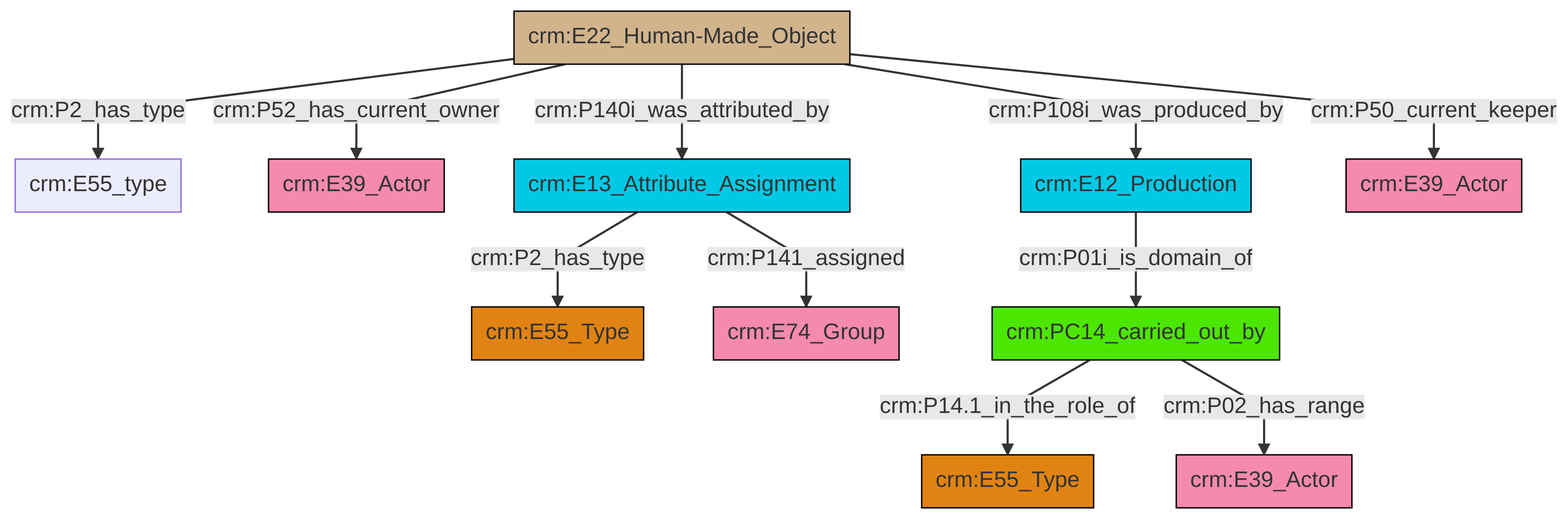
The Mermaid diagram et/artworkCSV/ttl/mmd/png/Artwork_Actor_Relations.png in swiss-art-research-net/reference-data-models, before a commit. Its source is kept beside it as et/artworkCSV/ttl/mmd/Artwork_Actor_Relations.ttl.mmd.
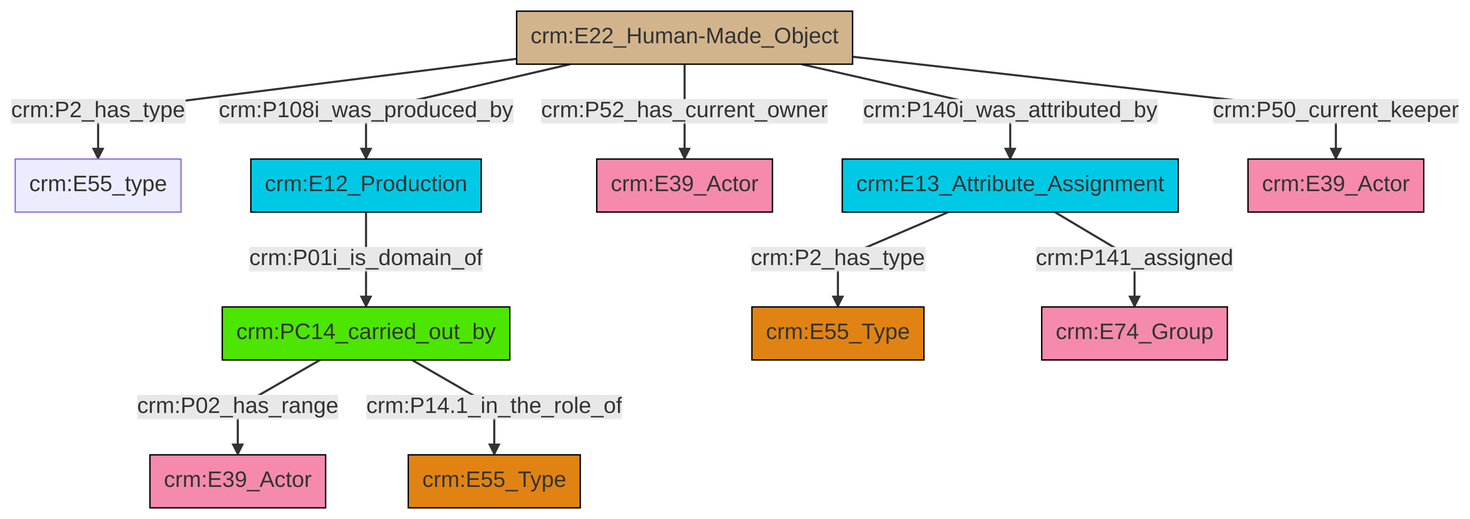
The same file after the commit.

Change to the diagram source:
```diff
@@ -13,13 +13,13 @@
 classDef PC_Classes fill:#4ce600, stroke:#000000;
 classDef Multi fill:#cccccc,stroke:#000000;
 
-4["crm:E13_Attribute_Assignment"]:::Temporal_Entity -->|crm:P2_has_type| 5["crm:E55_Type"]:::Type
-6["crm:E22_Human-Made_Object"]:::Physical_Thing -->|crm:P108i_was_produced_by| 7["crm:E12_Production"]:::Temporal_Entity
-4["crm:E13_Attribute_Assignment"]:::Temporal_Entity -->|crm:P141_assigned| 8["crm:E74_Group"]:::Actor
-9["crm:PC14_carried_out_by"]:::PC_Classes -->|crm:P14.1_in_the_role_of| 10["crm:E55_Type"]:::Type
-6["crm:E22_Human-Made_Object"]:::Physical_Thing -->|crm:P2_has_type| 0["crm:E55_type"]:::Default
-6["crm:E22_Human-Made_Object"]:::Physical_Thing -->|crm:P50_current_keeper| 13["crm:E39_Actor"]:::Actor
-9["crm:PC14_carried_out_by"]:::PC_Classes -->|crm:P02_has_range| 11["crm:E39_Actor"]:::Actor
-7["crm:E12_Production"]:::Temporal_Entity -->|crm:P01i_is_domain_of| 9["crm:PC14_carried_out_by"]:::PC_Classes
-6["crm:E22_Human-Made_Object"]:::Physical_Thing -->|crm:P52_has_current_owner| 2["crm:E39_Actor"]:::Actor
-6["crm:E22_Human-Made_Object"]:::Physical_Thing -->|crm:P140i_was_attributed_by| 4["crm:E13_Attribute_Assignment"]:::Temporal_Entity
+2["crm:E12_Production"]:::Temporal_Entity -->|crm:P01i_is_domain_of| 3["crm:PC14_carried_out_by"]:::PC_Classes
+14["crm:E22_Human-Made_Object"]:::Physical_Thing -->|crm:P2_has_type| 0["crm:E55_type"]:::Default
+14["crm:E22_Human-Made_Object"]:::Physical_Thing -->|crm:P140i_was_attributed_by| 8["crm:E13_Attribute_Assignment"]:::Temporal_Entity
+3["crm:PC14_carried_out_by"]:::PC_Classes -->|crm:P02_has_range| 4["crm:E39_Actor"]:::Actor
+8["crm:E13_Attribute_Assignment"]:::Temporal_Entity -->|crm:P2_has_type| 11["crm:E55_Type"]:::Type
+14["crm:E22_Human-Made_Object"]:::Physical_Thing -->|crm:P50_current_keeper| 15["crm:E39_Actor"]:::Actor
+3["crm:PC14_carried_out_by"]:::PC_Classes -->|crm:P14.1_in_the_role_of| 18["crm:E55_Type"]:::Type
+14["crm:E22_Human-Made_Object"]:::Physical_Thing -->|crm:P52_has_current_owner| 6["crm:E39_Actor"]:::Actor
+8["crm:E13_Attribute_Assignment"]:::Temporal_Entity -->|crm:P141_assigned| 21["crm:E74_Group"]:::Actor
+14["crm:E22_Human-Made_Object"]:::Physical_Thing -->|crm:P108i_was_produced_by| 2["crm:E12_Production"]:::Temporal_Entity
```
